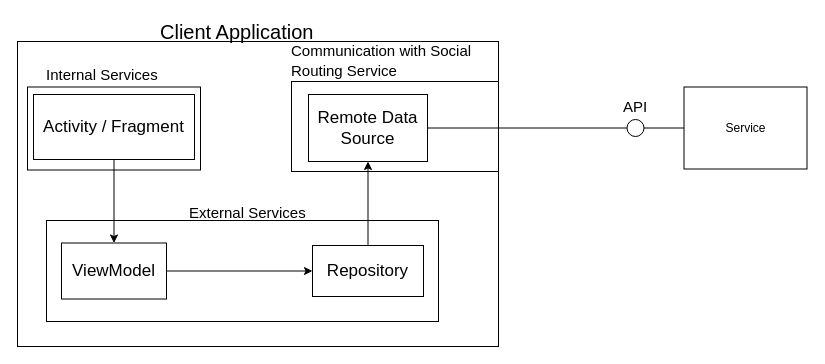
The draw.io diagram system-structure/social-routing-cleint-application-structure.drawio in baltasarb/social-routing, before the edit. Source tidied: cells renumbered, new cells numbered last; positions are measured from the earlier drawing's top-left corner, leaving out a move shared by most shapes. Both pictures are drawn from the tidied source at 100%, with x=0, y=0 at pixel (17, 17).
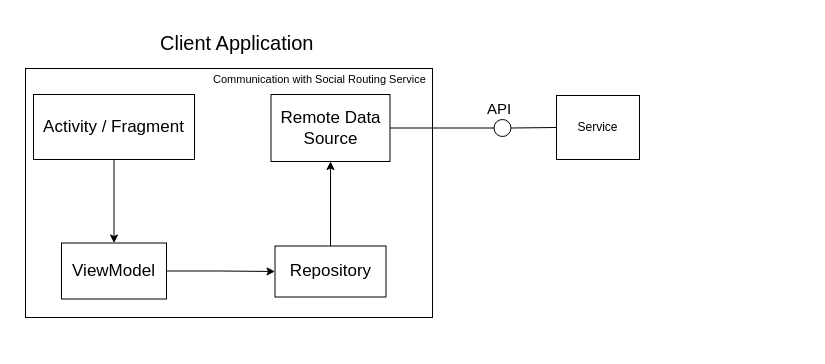
Above is the later version.

Commit message (it also covers changes not shown here):
Update: Social Routing Client Structure

What changed in the source:
```diff
@@
     <mxCell id="2" style="rounded=0;whiteSpace=wrap;html=1;" parent="1" vertex="1">
-      <mxGeometry y="24" width="481" height="305" as="geometry" />
+      <mxGeometry x="8" y="51" width="407" height="249" as="geometry" />
     </mxCell>
     <mxCell id="3" value="&lt;font style=&quot;font-size: 20px&quot;&gt;Client Application&lt;/font&gt;&lt;br style=&quot;font-size: 17px&quot;&gt;" style="text;html=1;align=left;verticalAlign=top;spacingTop=-4;strokeColor=none;fillColor=none;fontSize=17;" parent="1" vertex="1">
-      <mxGeometry x="140.5" y="-0.5" width="164" height="21" as="geometry" />
+      <mxGeometry x="140.5" y="10.5" width="164" height="21" as="geometry" />
     </mxCell>
     <mxCell id="4" value="Service" style="rounded=0;whiteSpace=wrap;html=1;strokeColor=#000000;fillColor=none;" parent="1" vertex="1">
-      <mxGeometry x="666.5" y="69.5" width="123" height="82" as="geometry" />
+      <mxGeometry x="539" y="78" width="83" height="64" as="geometry" />
     </mxCell>
     <mxCell id="5" style="ellipse;whiteSpace=wrap;html=1;strokeColor=#000000;fillColor=none;" parent="1" vertex="1">
-      <mxGeometry x="609.5" y="102" width="17" height="17" as="geometry" />
+      <mxGeometry x="476.5" y="102" width="17" height="17" as="geometry" />
     </mxCell>
     <mxCell id="6" value="&lt;font style=&quot;font-size: 15px&quot;&gt;API&lt;/font&gt;" style="text;html=1;align=left;verticalAlign=top;spacingTop=-4;strokeWidth=1;fontSize=17;" parent="1" vertex="1">
-      <mxGeometry x="603.5" y="77" width="34" height="20" as="geometry" />
+      <mxGeometry x="468" y="79" width="34" height="20" as="geometry" />
     </mxCell>
@@
     <mxCell id="13" value="Repository" style="rounded=0;whiteSpace=wrap;html=1;strokeColor=#000000;strokeWidth=1;fillColor=none;fontSize=17;" parent="1" vertex="1">
-      <mxGeometry x="295" y="228" width="111" height="51" as="geometry" />
+      <mxGeometry x="257.5" y="228.5" width="111" height="51" as="geometry" />
     </mxCell>
     <mxCell id="14" value="Remote Data Source" style="rounded=0;whiteSpace=wrap;html=1;strokeColor=#000000;strokeWidth=1;fillColor=none;fontSize=17;" parent="1" vertex="1">
-      <mxGeometry x="291" y="77" width="119" height="67" as="geometry" />
+      <mxGeometry x="253.5" y="77" width="119" height="67" as="geometry" />
     </mxCell>
@@
-    <mxCell id="16" style="rounded=0;whiteSpace=wrap;html=1;strokeColor=#000000;strokeWidth=1;fillColor=none;fontSize=17;" parent="1" vertex="1">
-      <mxGeometry x="274" y="64" width="207" height="90" as="geometry" />
-    </mxCell>
-    <mxCell id="17" value="&lt;font style=&quot;font-size: 15px&quot;&gt;Communication with Social &lt;br&gt;Routing Service&lt;/font&gt;&lt;br&gt;" style="text;html=1;align=left;verticalAlign=top;spacingTop=-4;fontSize=17;" parent="1" vertex="1">
-      <mxGeometry x="272" y="20.5" width="194" height="41" as="geometry" />
+    <mxCell id="17" value="&lt;font style=&quot;font-size: 11px&quot;&gt;Communication with Social Routing Service&lt;/font&gt;&lt;br&gt;" style="text;html=1;align=left;verticalAlign=top;spacingTop=-4;fontSize=17;" parent="1" vertex="1">
+      <mxGeometry x="193.5" y="47.5" width="222" height="22" as="geometry" />
     </mxCell>
-    <mxCell id="18" style="rounded=0;whiteSpace=wrap;html=1;strokeColor=#000000;strokeWidth=1;fillColor=none;fontSize=17;" parent="1" vertex="1">
-      <mxGeometry x="10" y="69.5" width="173" height="83" as="geometry" />
-    </mxCell>
-    <mxCell id="19" value="&lt;font style=&quot;font-size: 15px&quot;&gt;Internal Services&lt;/font&gt;" style="text;html=1;align=left;verticalAlign=top;spacingTop=-4;fontSize=17;" parent="1" vertex="1">
-      <mxGeometry x="27" y="45" width="122" height="20" as="geometry" />
-    </mxCell>
-    <mxCell id="20" style="rounded=0;whiteSpace=wrap;html=1;strokeColor=#000000;strokeWidth=1;fillColor=none;fontSize=17;" parent="1" vertex="1">
-      <mxGeometry x="29" y="203" width="392" height="101" as="geometry" />
-    </mxCell>
-    <mxCell id="21" value="&lt;font style=&quot;font-size: 15px&quot;&gt;External Services&lt;/font&gt;" style="text;html=1;align=left;verticalAlign=top;spacingTop=-4;fontSize=17;" parent="1" vertex="1">
-      <mxGeometry x="169.5" y="183" width="126" height="20" as="geometry" />
-    </mxCell>
```
